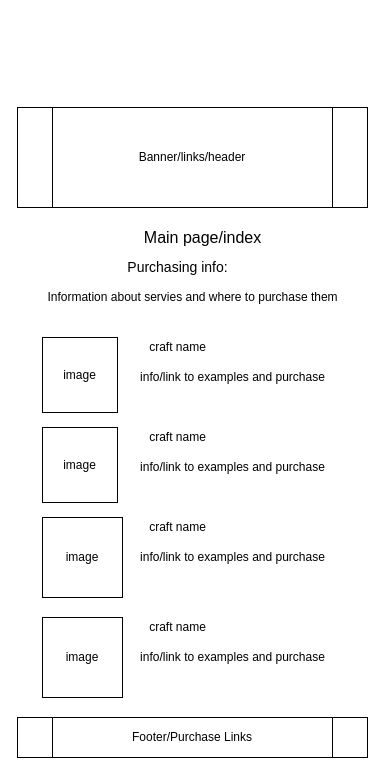
The draw.io diagram Frames/PhyscialCrafts.drawio in Jaz007-Z/wdd130, before the edit. Source tidied: cells renumbered, new cells numbered last; positions are measured from the earlier drawing's top-left corner, leaving out a move shared by most shapes. Both pictures are drawn from the tidied source at 100%, with x=0, y=0 at pixel (17, 107).
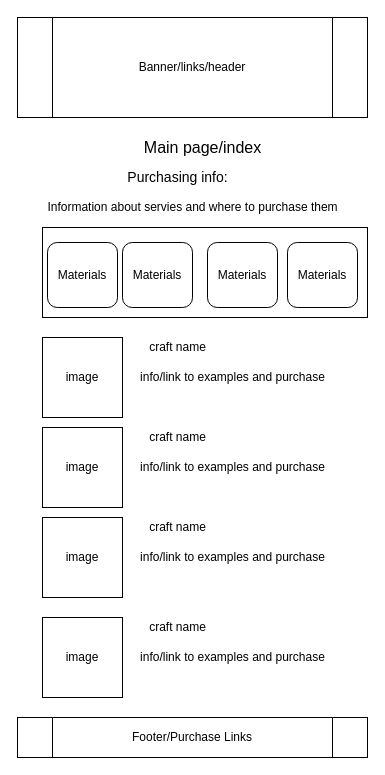
Above is the later version.

Change to the diagram source:
```diff
@@
     <mxCell id="2" value="image" style="whiteSpace=wrap;html=1;" parent="1" vertex="1">
-      <mxGeometry x="25" y="230" width="75" height="75" as="geometry" />
+      <mxGeometry x="25" y="230" width="80" height="80" as="geometry" />
     </mxCell>
     <mxCell id="3" value="Main page/index" style="text;html=1;align=center;verticalAlign=middle;fontSize=16;" parent="1" vertex="1">
-      <mxGeometry x="140" y="120" width="90" height="20" as="geometry" />
+      <mxGeometry x="140" y="30" width="90" height="20" as="geometry" />
     </mxCell>
     <mxCell id="4" value="image" style="whiteSpace=wrap;html=1;" parent="1" vertex="1">
-      <mxGeometry x="25" y="320" width="75" height="75" as="geometry" />
+      <mxGeometry x="25" y="320" width="80" height="80" as="geometry" />
     </mxCell>
@@
     <mxCell id="6" value="&lt;font style=&quot;font-size: 14px&quot;&gt;Purchasing info:&lt;/font&gt;" style="text;html=1;align=center;verticalAlign=middle;" parent="1" vertex="1">
-      <mxGeometry x="100" y="150" width="120" height="20" as="geometry" />
+      <mxGeometry x="100" y="60" width="120" height="20" as="geometry" />
     </mxCell>
     <mxCell id="7" value="Information about servies and where to purchase them" style="text;html=1;align=center;verticalAlign=middle;" parent="1" vertex="1">
-      <mxGeometry x="20" y="180" width="310" height="20" as="geometry" />
+      <mxGeometry x="20" y="90" width="310" height="20" as="geometry" />
     </mxCell>
@@
     <mxCell id="17" value="Banner/links/header" style="shape=process;whiteSpace=wrap;html=1;backgroundOutline=1;" parent="1" vertex="1">
-      <mxGeometry width="350" height="100" as="geometry" />
+      <mxGeometry y="-90" width="350" height="100" as="geometry" />
     </mxCell>
@@
+    <mxCell id="19" style="rounded=0;whiteSpace=wrap;html=1;" parent="1" vertex="1">
+      <mxGeometry x="25" y="120" width="325" height="90" as="geometry" />
+    </mxCell>
+    <mxCell id="20" value="Materials" style="rounded=1;whiteSpace=wrap;html=1;" parent="1" vertex="1">
+      <mxGeometry x="30" y="135" width="70" height="65" as="geometry" />
+    </mxCell>
+    <mxCell id="21" value="Materials" style="rounded=1;whiteSpace=wrap;html=1;" parent="1" vertex="1">
+      <mxGeometry x="105" y="135" width="70" height="65" as="geometry" />
+    </mxCell>
+    <mxCell id="22" value="Materials" style="rounded=1;whiteSpace=wrap;html=1;" parent="1" vertex="1">
+      <mxGeometry x="190" y="135" width="70" height="65" as="geometry" />
+    </mxCell>
+    <mxCell id="23" value="Materials" style="rounded=1;whiteSpace=wrap;html=1;" parent="1" vertex="1">
+      <mxGeometry x="270" y="135" width="70" height="65" as="geometry" />
+    </mxCell>
```
